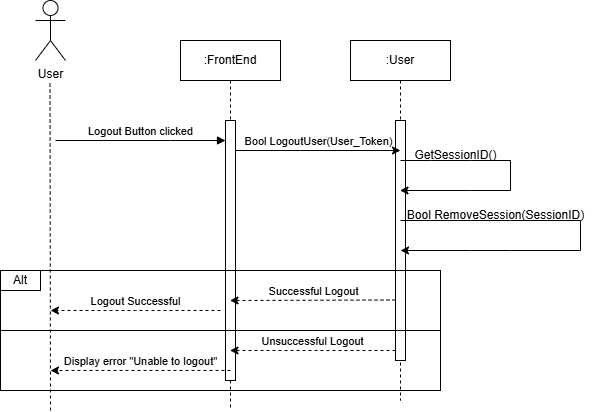
Before: documentation/images/SignOut_jog.png, a diagram exported from draw.io (TrailBlazersInc/TrailBlazers). Source tidied: cells renumbered, new cells last; positions are measured from the earlier drawing's top-left corner, leaving out a move shared by most shapes. Its diagram source:
```xml
<mxGraphModel>
  <root>
    <mxCell id="0" />
    <mxCell id="1" parent="0" />
    <mxCell id="2" value=":FrontEnd" style="shape=umlLifeline;perimeter=lifelinePerimeter;whiteSpace=wrap;html=1;newEdgeStyle={&quot;edgeStyle&quot;:&quot;elbowEdgeStyle&quot;,&quot;elbow&quot;:&quot;vertical&quot;,&quot;curved&quot;:0,&quot;rounded&quot;:0};" parent="1" vertex="1">
      <mxGeometry x="180" y="40" width="100" height="370" as="geometry" />
    </mxCell>
    <mxCell id="3" style="html=1;points=[];perimeter=orthogonalPerimeter;outlineConnect=0;targetShapes=umlLifeline;portConstraint=eastwest;newEdgeStyle={&quot;edgeStyle&quot;:&quot;elbowEdgeStyle&quot;,&quot;elbow&quot;:&quot;vertical&quot;,&quot;curved&quot;:0,&quot;rounded&quot;:0};" parent="2" vertex="1">
      <mxGeometry x="45" y="80" width="10" height="260" as="geometry" />
    </mxCell>
    <mxCell id="4" value="Logout Button clicked" style="html=1;verticalAlign=bottom;endArrow=block;edgeStyle=elbowEdgeStyle;elbow=vertical;curved=0;rounded=0;" parent="1" edge="1" target="3">
      <mxGeometry relative="1" as="geometry">
        <mxPoint x="55" y="140" as="sourcePoint" />
        <Array as="points">
          <mxPoint x="170" y="140" />
          <mxPoint x="140" y="120" />
        </Array>
      </mxGeometry>
    </mxCell>
    <mxCell id="5" value=":User" style="shape=umlLifeline;perimeter=lifelinePerimeter;whiteSpace=wrap;html=1;outlineConnect=0;portConstraint=eastwest;newEdgeStyle={&quot;edgeStyle&quot;:&quot;elbowEdgeStyle&quot;,&quot;elbow&quot;:&quot;vertical&quot;,&quot;curved&quot;:0,&quot;rounded&quot;:0};" parent="1" vertex="1">
      <mxGeometry x="350" y="40" width="100" height="360" as="geometry" />
    </mxCell>
    <mxCell id="6" style="html=1;perimeter=orthogonalPerimeter;targetShapes=umlLifeline;newEdgeStyle={&quot;edgeStyle&quot;:&quot;elbowEdgeStyle&quot;,&quot;elbow&quot;:&quot;vertical&quot;,&quot;curved&quot;:0,&quot;rounded&quot;:0};" parent="5" vertex="1">
      <mxGeometry x="45" y="80" width="10" height="240" as="geometry" />
    </mxCell>
    <mxCell id="7" value="Bool LogoutUser(User_Token)" style="edgeStyle=elbowEdgeStyle;rounded=0;jettySize=auto;html=1;elbow=vertical;curved=0;verticalAlign=bottom;" parent="1" edge="1" source="3">
      <mxGeometry relative="1" as="geometry">
        <mxPoint x="400" y="150" as="targetPoint" />
        <Array as="points">
          <mxPoint x="300" y="150" />
        </Array>
      </mxGeometry>
    </mxCell>
    <mxCell id="8" style="rounded=0;whiteSpace=wrap;html=1;perimeterSpacing=1;gradientColor=none;fillColor=none;" parent="1" vertex="1">
      <mxGeometry y="270" width="440" height="60" as="geometry" />
    </mxCell>
    <mxCell id="9" style="rounded=0;whiteSpace=wrap;html=1;perimeterSpacing=1;gradientColor=none;fillColor=none;" parent="1" vertex="1">
      <mxGeometry y="330" width="440" height="60" as="geometry" />
    </mxCell>
    <mxCell id="10" value="Successful Logout" style="edgeStyle=elbowEdgeStyle;rounded=0;orthogonalLoop=1;jettySize=auto;html=1;elbow=vertical;curved=0;verticalAlign=bottom;dashed=1;" parent="1" edge="1">
      <mxGeometry relative="1" as="geometry">
        <mxPoint x="395" y="299.5" as="sourcePoint" />
        <mxPoint x="229.5" y="299.5" as="targetPoint" />
      </mxGeometry>
    </mxCell>
    <mxCell id="11" value="&lt;div&gt;Logout Successful&lt;/div&gt;" style="edgeStyle=elbowEdgeStyle;rounded=0;orthogonalLoop=1;jettySize=auto;html=1;elbow=vertical;curved=0;verticalAlign=bottom;dashed=1;" parent="1" edge="1">
      <mxGeometry relative="1" as="geometry">
        <mxPoint x="220" y="310" as="sourcePoint" />
        <mxPoint x="50" y="310" as="targetPoint" />
      </mxGeometry>
    </mxCell>
    <mxCell id="12" value="Unsuccessful Logout" style="edgeStyle=elbowEdgeStyle;rounded=0;orthogonalLoop=1;jettySize=auto;html=1;elbow=horizontal;curved=0;verticalAlign=bottom;dashed=1;" parent="1" edge="1">
      <mxGeometry relative="1" as="geometry">
        <mxPoint x="395" y="350" as="sourcePoint" />
        <mxPoint x="229.5" y="350" as="targetPoint" />
      </mxGeometry>
    </mxCell>
    <mxCell id="13" value="Display error &quot;Unable to logout&quot;" style="edgeStyle=elbowEdgeStyle;rounded=0;orthogonalLoop=1;jettySize=auto;html=1;elbow=vertical;curved=0;verticalAlign=bottom;dashed=1;" parent="1" edge="1">
      <mxGeometry relative="1" as="geometry">
        <mxPoint x="230" y="370" as="sourcePoint" />
        <mxPoint x="50" y="370" as="targetPoint" />
      </mxGeometry>
    </mxCell>
    <mxCell id="14" value="Alt" style="rounded=0;whiteSpace=wrap;html=1;" parent="1" vertex="1">
      <mxGeometry y="270" width="40" height="20" as="geometry" />
    </mxCell>
    <mxCell id="15" style="endArrow=classic;html=1;rounded=0;" parent="1" edge="1" target="5">
      <mxGeometry relative="1" as="geometry">
        <mxPoint x="400" y="160" as="sourcePoint" />
        <Array as="points">
          <mxPoint x="430" y="160" />
          <mxPoint x="470" y="160" />
          <mxPoint x="510" y="160" />
          <mxPoint x="510" y="190" />
          <mxPoint x="470" y="190" />
        </Array>
      </mxGeometry>
    </mxCell>
    <mxCell id="16" value="GetSessionID()" style="text;html=1;align=center;verticalAlign=middle;strokeColor=none;fillColor=none;" parent="1" vertex="1">
      <mxGeometry x="400" y="140" width="110" height="30" as="geometry" />
    </mxCell>
    <mxCell id="17" style="endArrow=classic;html=1;rounded=0;" parent="1" edge="1">
      <mxGeometry relative="1" as="geometry">
        <mxPoint x="400" y="220" as="sourcePoint" />
        <mxPoint x="400" y="250" as="targetPoint" />
        <Array as="points">
          <mxPoint x="430" y="220" />
          <mxPoint x="470" y="220" />
          <mxPoint x="510" y="220" />
          <mxPoint x="580" y="220" />
          <mxPoint x="580" y="250" />
          <mxPoint x="510" y="250" />
          <mxPoint x="470" y="250" />
        </Array>
      </mxGeometry>
    </mxCell>
    <mxCell id="18" value="Bool RemoveSession(SessionID)" style="text;html=1;align=center;verticalAlign=middle;strokeColor=none;fillColor=none;" parent="1" vertex="1">
      <mxGeometry x="395" y="200" width="200" height="30" as="geometry" />
    </mxCell>
    <mxCell id="19" value="User" style="shape=umlActor;verticalLabelPosition=bottom;verticalAlign=top;html=1;" parent="1" vertex="1">
      <mxGeometry x="35" width="30" height="60" as="geometry" />
    </mxCell>
    <mxCell id="20" style="endArrow=none;dashed=1;html=1;rounded=0;" parent="1" edge="1">
      <mxGeometry relative="1" as="geometry">
        <mxPoint x="50" y="410" as="sourcePoint" />
        <mxPoint x="49.5" y="80" as="targetPoint" />
      </mxGeometry>
    </mxCell>
  </root>
</mxGraphModel>
```
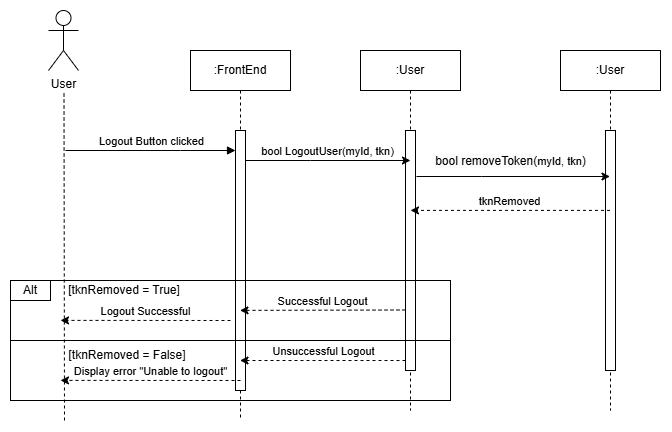
Above is the later version.

Commit message:
Added Interfaces of Users component

The edit, as a diff of the source:
```diff
@@ -23,7 +23,7 @@
     <mxCell id="6" style="html=1;perimeter=orthogonalPerimeter;targetShapes=umlLifeline;newEdgeStyle={&quot;edgeStyle&quot;:&quot;elbowEdgeStyle&quot;,&quot;elbow&quot;:&quot;vertical&quot;,&quot;curved&quot;:0,&quot;rounded&quot;:0};" parent="5" vertex="1">
       <mxGeometry x="45" y="80" width="10" height="240" as="geometry" />
     </mxCell>
-    <mxCell id="7" value="Bool LogoutUser(User_Token)" style="edgeStyle=elbowEdgeStyle;rounded=0;jettySize=auto;html=1;elbow=vertical;curved=0;verticalAlign=bottom;" parent="1" edge="1" source="3">
+    <mxCell id="7" value="bool LogoutUser(myId, tkn)" style="edgeStyle=elbowEdgeStyle;rounded=0;jettySize=auto;html=1;elbow=vertical;curved=0;verticalAlign=bottom;" parent="1" edge="1" source="3">
       <mxGeometry relative="1" as="geometry">
         <mxPoint x="400" y="150" as="targetPoint" />
         <Array as="points">
@@ -64,47 +64,44 @@
     <mxCell id="14" value="Alt" style="rounded=0;whiteSpace=wrap;html=1;" parent="1" vertex="1">
       <mxGeometry y="270" width="40" height="20" as="geometry" />
     </mxCell>
-    <mxCell id="15" style="endArrow=classic;html=1;rounded=0;" parent="1" edge="1" target="5">
-      <mxGeometry relative="1" as="geometry">
-        <mxPoint x="400" y="160" as="sourcePoint" />
-        <Array as="points">
-          <mxPoint x="430" y="160" />
-          <mxPoint x="470" y="160" />
-          <mxPoint x="510" y="160" />
-          <mxPoint x="510" y="190" />
-          <mxPoint x="470" y="190" />
-        </Array>
-      </mxGeometry>
-    </mxCell>
-    <mxCell id="16" value="GetSessionID()" style="text;html=1;align=center;verticalAlign=middle;strokeColor=none;fillColor=none;" parent="1" vertex="1">
-      <mxGeometry x="400" y="140" width="110" height="30" as="geometry" />
-    </mxCell>
-    <mxCell id="17" style="endArrow=classic;html=1;rounded=0;" parent="1" edge="1">
-      <mxGeometry relative="1" as="geometry">
-        <mxPoint x="400" y="220" as="sourcePoint" />
-        <mxPoint x="400" y="250" as="targetPoint" />
-        <Array as="points">
-          <mxPoint x="430" y="220" />
-          <mxPoint x="470" y="220" />
-          <mxPoint x="510" y="220" />
-          <mxPoint x="580" y="220" />
-          <mxPoint x="580" y="250" />
-          <mxPoint x="510" y="250" />
-          <mxPoint x="470" y="250" />
-        </Array>
-      </mxGeometry>
-    </mxCell>
-    <mxCell id="18" value="Bool RemoveSession(SessionID)" style="text;html=1;align=center;verticalAlign=middle;strokeColor=none;fillColor=none;" parent="1" vertex="1">
-      <mxGeometry x="395" y="200" width="200" height="30" as="geometry" />
-    </mxCell>
     <mxCell id="19" value="User" style="shape=umlActor;verticalLabelPosition=bottom;verticalAlign=top;html=1;" parent="1" vertex="1">
-      <mxGeometry x="35" width="30" height="60" as="geometry" />
+      <mxGeometry x="38" width="30" height="60" as="geometry" />
     </mxCell>
     <mxCell id="20" style="endArrow=none;dashed=1;html=1;rounded=0;" parent="1" edge="1">
       <mxGeometry relative="1" as="geometry">
-        <mxPoint x="50" y="410" as="sourcePoint" />
-        <mxPoint x="49.5" y="80" as="targetPoint" />
+        <mxPoint x="54" y="410" as="sourcePoint" />
+        <mxPoint x="53.5" y="80" as="targetPoint" />
       </mxGeometry>
     </mxCell>
+    <mxCell id="21" value=":User" style="shape=umlLifeline;perimeter=lifelinePerimeter;whiteSpace=wrap;html=1;outlineConnect=0;portConstraint=eastwest;newEdgeStyle={&quot;edgeStyle&quot;:&quot;elbowEdgeStyle&quot;,&quot;elbow&quot;:&quot;vertical&quot;,&quot;curved&quot;:0,&quot;rounded&quot;:0};" parent="1" vertex="1">
+      <mxGeometry x="550" y="40" width="100" height="360" as="geometry" />
+    </mxCell>
+    <mxCell id="22" style="html=1;perimeter=orthogonalPerimeter;targetShapes=umlLifeline;newEdgeStyle={&quot;edgeStyle&quot;:&quot;elbowEdgeStyle&quot;,&quot;elbow&quot;:&quot;vertical&quot;,&quot;curved&quot;:0,&quot;rounded&quot;:0};" parent="21" vertex="1">
+      <mxGeometry x="45" y="80" width="10" height="240" as="geometry" />
+    </mxCell>
+    <mxCell id="23" value="[tknRemoved = True]" style="text;html=1;align=center;verticalAlign=middle;whiteSpace=wrap;rounded=0;" parent="1" vertex="1">
+      <mxGeometry x="48" y="265" width="132" height="30" as="geometry" />
+    </mxCell>
+    <mxCell id="24" style="edgeStyle=elbowEdgeStyle;rounded=0;jettySize=auto;html=1;elbow=horizontal;curved=0;verticalAlign=bottom;" parent="1" edge="1" target="21">
+      <mxGeometry relative="1" as="geometry">
+        <mxPoint x="406" y="166" as="sourcePoint" />
+        <Array as="points">
+          <mxPoint x="471" y="166" />
+        </Array>
+      </mxGeometry>
+    </mxCell>
+    <mxCell id="25" value="&lt;span style=&quot;font-size: 12px; background-color: rgb(251, 251, 251);&quot;&gt;bool removeToken(&lt;/span&gt;&lt;span style=&quot;background-color: rgb(255, 255, 255);&quot;&gt;myId, tkn&lt;/span&gt;&lt;span style=&quot;font-size: 12px; background-color: rgb(251, 251, 251);&quot;&gt;)&lt;/span&gt;" style="edgeLabel;html=1;align=center;verticalAlign=middle;" parent="24" vertex="1">
+      <mxGeometry x="-0.03" y="-1" relative="1" as="geometry">
+        <mxPoint y="-17" as="offset" />
+      </mxGeometry>
+    </mxCell>
+    <mxCell id="26" value="tknRemoved" style="edgeStyle=elbowEdgeStyle;rounded=0;jettySize=auto;html=1;elbow=vertical;curved=0;verticalAlign=bottom;dashed=1;" parent="1" edge="1" source="21">
+      <mxGeometry relative="1" as="geometry">
+        <mxPoint x="400" y="200.2" as="targetPoint" />
+      </mxGeometry>
+    </mxCell>
+    <mxCell id="27" value="[tknRemoved = False]" style="text;html=1;align=center;verticalAlign=middle;whiteSpace=wrap;rounded=0;" parent="1" vertex="1">
+      <mxGeometry x="51" y="330" width="132" height="30" as="geometry" />
+    </mxCell>
   </root>
 </mxGraphModel>
```
